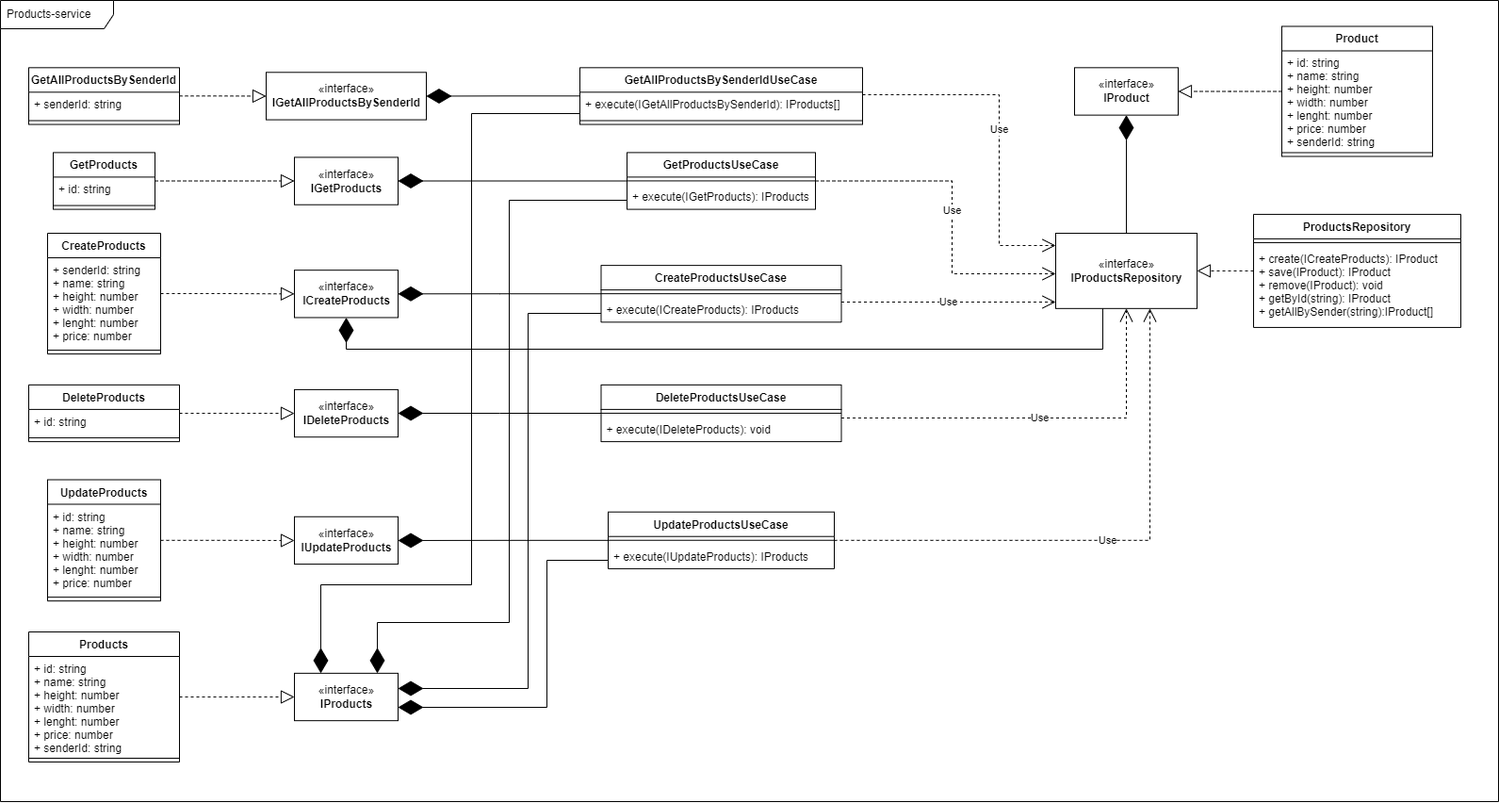
Above: project/diagrams/class-diagrams/products-service/products-service-clean.png in bitols/logistics-services-management (draw.io), before the change. Source tidied: cells renumbered, new cells last; positions are measured from the earlier drawing's top-left corner, leaving out a move shared by most shapes.
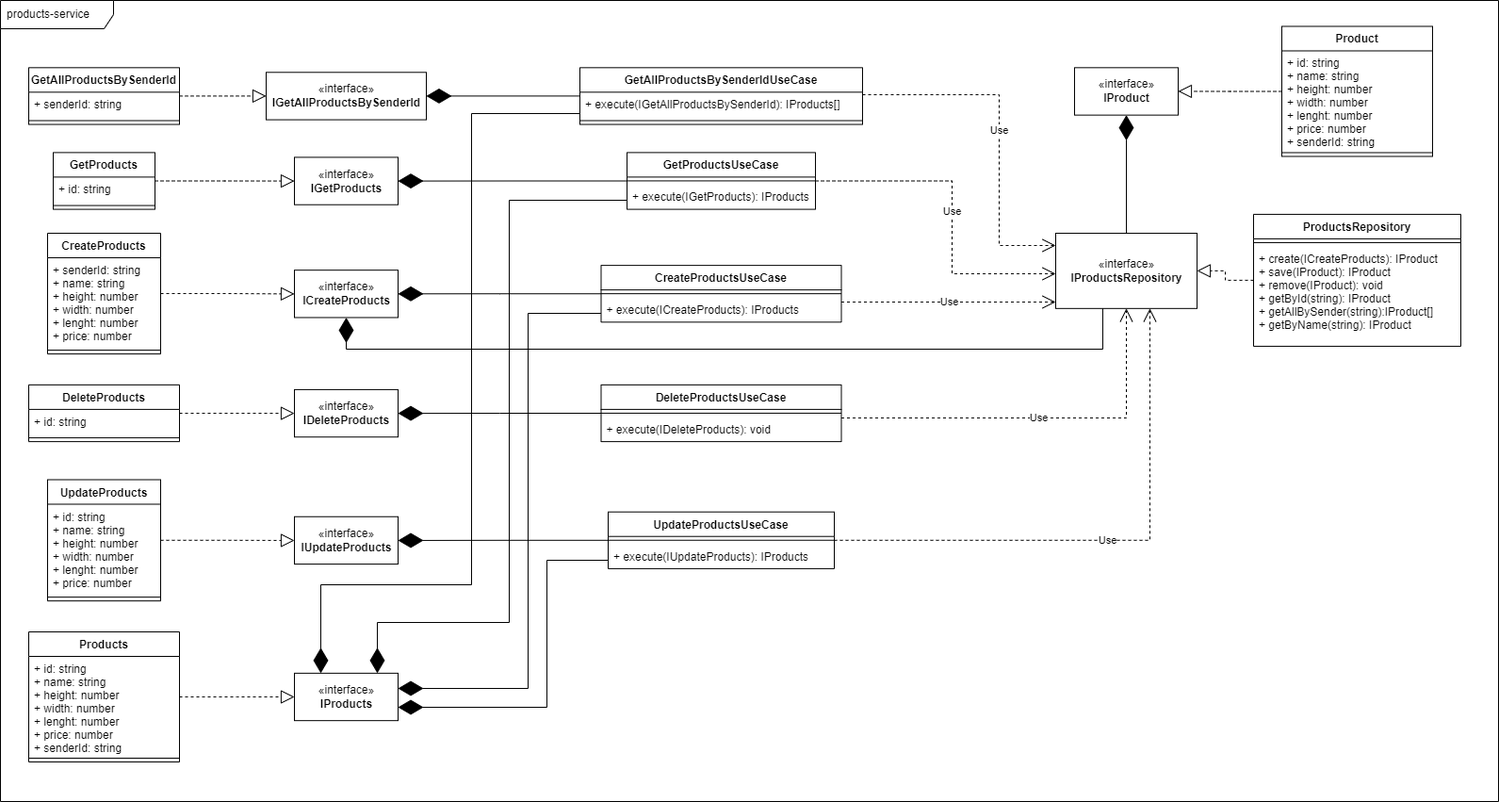
Later version of the same file.

What changed in the source:
```diff
@@ -2,7 +2,7 @@
   <root>
     <mxCell id="0" />
     <mxCell id="1" parent="0" />
-    <mxCell id="2" value="Products-service" style="shape=umlFrame;whiteSpace=wrap;html=1;width=120;height=30;boundedLbl=1;verticalAlign=middle;align=left;spacingLeft=5;" parent="1" vertex="1">
+    <mxCell id="2" value="products-service" style="shape=umlFrame;whiteSpace=wrap;html=1;width=120;height=30;boundedLbl=1;verticalAlign=middle;align=left;spacingLeft=5;" parent="1" vertex="1">
       <mxGeometry width="1590" height="850" as="geometry" />
     </mxCell>
     <mxCell id="3" value="«interface»&lt;br&gt;&lt;b&gt;IGetProducts&lt;br&gt;&lt;/b&gt;" style="html=1;" parent="1" vertex="1">
@@ -193,13 +193,13 @@
       <mxGeometry relative="1" as="geometry" />
     </mxCell>
     <mxCell id="58" value="ProductsRepository" style="swimlane;fontStyle=1;align=center;verticalAlign=top;horizontal=1;startSize=26;" parent="1" vertex="1">
-      <mxGeometry x="1330" y="226.9" width="220" height="120" as="geometry" />
+      <mxGeometry x="1330" y="226.9" width="220" height="140" as="geometry" />
     </mxCell>
     <mxCell id="59" style="line;strokeWidth=1;fillColor=none;align=left;verticalAlign=middle;spacingTop=-1;spacingLeft=3;spacingRight=3;labelPosition=right;" parent="58" vertex="1">
       <mxGeometry y="26" width="220" height="8" as="geometry" />
     </mxCell>
-    <mxCell id="60" value="+ create(ICreateProducts): IProduct&#10;+ save(IProduct): IProduct&#10;+ remove(IProduct): void&#10;+ getById(string): IProduct&#10;+ getAllBySender(string):IProduct[]&#10;" style="text;strokeColor=none;fillColor=none;align=left;verticalAlign=top;spacingLeft=4;spacingRight=4;overflow=hidden;" parent="58" vertex="1">
-      <mxGeometry y="34" width="220" height="86" as="geometry" />
+    <mxCell id="60" value="+ create(ICreateProducts): IProduct&#10;+ save(IProduct): IProduct&#10;+ remove(IProduct): void&#10;+ getById(string): IProduct&#10;+ getAllBySender(string):IProduct[]&#10;+ getByName(string): IProduct" style="text;strokeColor=none;fillColor=none;align=left;verticalAlign=top;spacingLeft=4;spacingRight=4;overflow=hidden;" parent="58" vertex="1">
+      <mxGeometry y="34" width="220" height="106" as="geometry" />
     </mxCell>
     <mxCell id="61" style="endArrow=block;dashed=1;endFill=0;endSize=12;html=1;rounded=0;edgeStyle=orthogonalEdgeStyle;" parent="1" edge="1" source="58" target="54">
       <mxGeometry relative="1" as="geometry" />
```
